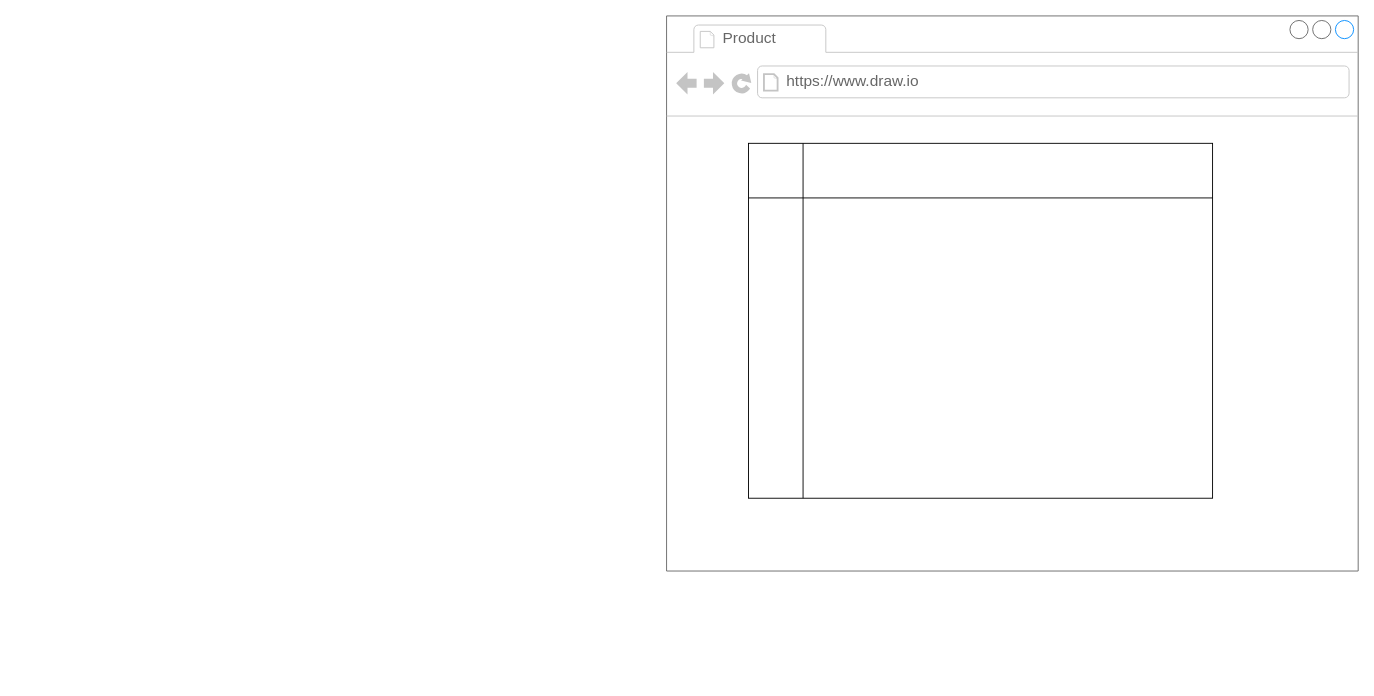
Above: page "Product" (3 of 6) of Untitled Diagram.drawio in obamaspy/Random-stuff (draw.io), before the change. Source tidied: cells renumbered, new cells numbered last; positions are measured from the earlier drawing's top-left corner, leaving out a move shared by most shapes. Both pictures are drawn from the tidied source at 91%, with x=0, y=0 at pixel (666, 15).
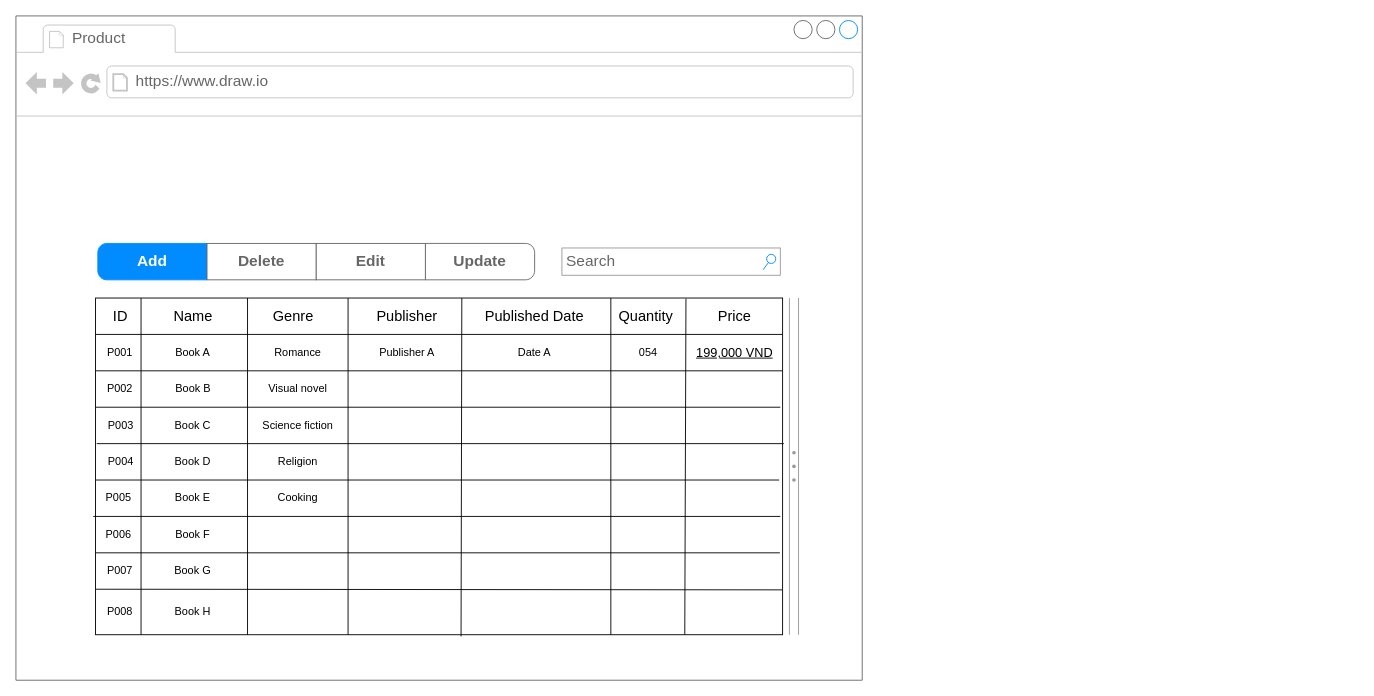
Above is the later version.

Change to the diagram source:
```diff
@@
-    <mxCell id="2" style="strokeWidth=1;shadow=0;dashed=0;align=center;html=1;shape=mxgraph.mockup.containers.browserWindow;rSize=0;strokeColor=#666666;strokeColor2=#008cff;strokeColor3=#c4c4c4;mainText=,;" parent="1" vertex="1">
-      <mxGeometry width="760" height="610" as="geometry" />
-    </mxCell>
+    <mxCell id="6" style="strokeWidth=1;shadow=0;dashed=0;align=center;html=1;shape=mxgraph.mockup.containers.browserWindow;rSize=0;strokeColor=#666666;strokeColor2=#008cff;strokeColor3=#c4c4c4;mainText=,;" parent="1" vertex="1">
+      <mxGeometry x="-715" width="930" height="730" as="geometry" />
+    </mxCell>
-    <mxCell id="3" value="Product" style="strokeWidth=1;shadow=0;dashed=0;align=center;html=1;shape=mxgraph.mockup.containers.anchor;fontSize=17;fontColor=#666666;align=left;whiteSpace=wrap;" parent="2" vertex="1">
+    <mxCell id="3" value="Product" style="strokeWidth=1;shadow=0;dashed=0;align=center;html=1;shape=mxgraph.mockup.containers.anchor;fontSize=17;fontColor=#666666;align=left;whiteSpace=wrap;" parent="6" vertex="1">
       <mxGeometry x="60" y="12" width="110" height="26" as="geometry" />
     </mxCell>
-    <mxCell id="4" value="https://www.draw.io" style="strokeWidth=1;shadow=0;dashed=0;align=center;html=1;shape=mxgraph.mockup.containers.anchor;rSize=0;fontSize=17;fontColor=#666666;align=left;" parent="2" vertex="1">
+    <mxCell id="4" value="https://www.draw.io" style="strokeWidth=1;shadow=0;dashed=0;align=center;html=1;shape=mxgraph.mockup.containers.anchor;rSize=0;fontSize=17;fontColor=#666666;align=left;" parent="6" vertex="1">
       <mxGeometry x="130" y="60" width="250" height="26" as="geometry" />
     </mxCell>
-    <mxCell id="5" style="shape=internalStorage;whiteSpace=wrap;html=1;backgroundOutline=1;dx=60;dy=60;" parent="2" vertex="1">
-      <mxGeometry x="90" y="140" width="510" height="390" as="geometry" />
-    </mxCell>
+    <mxCell id="7" style="shape=internalStorage;whiteSpace=wrap;html=1;backgroundOutline=1;dx=50;dy=40;" parent="6" vertex="1">
+      <mxGeometry x="87.5" y="310" width="755" height="370" as="geometry" />
+    </mxCell>
+    <mxCell id="8" style="endArrow=none;html=1;rounded=0;exitX=0.25;exitY=0;exitDx=0;exitDy=0;entryX=0.25;entryY=1;entryDx=0;entryDy=0;" parent="6" edge="1">
+      <mxGeometry relative="1" as="geometry">
+        <mxPoint x="254.5" y="310" as="sourcePoint" />
+        <mxPoint x="254.5" y="680" as="targetPoint" />
+      </mxGeometry>
+    </mxCell>
+    <mxCell id="9" value="&lt;font style=&quot;font-size: 16px;&quot;&gt;ID&lt;/font&gt;" style="text;html=1;align=center;verticalAlign=middle;whiteSpace=wrap;rounded=0;" parent="6" vertex="1">
+      <mxGeometry x="90" y="310" width="50" height="40" as="geometry" />
+    </mxCell>
+    <mxCell id="10" style="endArrow=none;html=1;rounded=0;exitX=0.5;exitY=0;exitDx=0;exitDy=0;entryX=0.5;entryY=1;entryDx=0;entryDy=0;" parent="6" edge="1">
+      <mxGeometry relative="1" as="geometry">
+        <mxPoint x="365" y="310" as="sourcePoint" />
+        <mxPoint x="365" y="680" as="targetPoint" />
+      </mxGeometry>
+    </mxCell>
+    <mxCell id="11" style="endArrow=none;html=1;rounded=0;exitX=1;exitY=0;exitDx=0;exitDy=0;entryX=0.532;entryY=1.005;entryDx=0;entryDy=0;entryPerimeter=0;" parent="6" edge="1" source="43" target="7">
+      <mxGeometry relative="1" as="geometry" />
+    </mxCell>
+    <mxCell id="12" style="swimlane;shape=mxgraph.bootstrap.anchor;strokeColor=#666666;fillColor=#ffffff;fontColor=#666666;fontStyle=0;horizontal=0;startSize=0;whiteSpace=wrap;html=1;" parent="6" vertex="1">
+      <mxGeometry x="90" y="250" width="480" height="40" as="geometry" />
+    </mxCell>
+    <mxCell id="13" value="Add" style="text;strokeColor=#008CFF;align=center;verticalAlign=middle;spacingLeft=10;spacingRight=10;overflow=hidden;whiteSpace=wrap;html=1;shape=mxgraph.mockup.leftButton;rSize=10;fillColor=#008CFF;fontColor=#ffffff;fontSize=17;fontStyle=1;" parent="12" vertex="1">
+      <mxGeometry width="120" height="40" as="geometry" />
+    </mxCell>
+    <mxCell id="14" value="Delete" style="text;strokeColor=inherit;align=center;verticalAlign=middle;spacingLeft=10;spacingRight=10;overflow=hidden;whiteSpace=wrap;html=1;rSize=5;fillColor=inherit;fontColor=inherit;fontSize=17;fontStyle=1;" parent="12" vertex="1">
+      <mxGeometry x="120" width="120" height="40" as="geometry" />
+    </mxCell>
+    <mxCell id="15" value="Edit" style="text;strokeColor=inherit;align=center;verticalAlign=middle;spacingLeft=10;spacingRight=10;overflow=hidden;whiteSpace=wrap;html=1;rSize=5;fillColor=inherit;fontColor=inherit;fontSize=17;fontStyle=1;" parent="12" vertex="1">
+      <mxGeometry x="240" width="120" height="40" as="geometry" />
+    </mxCell>
+    <mxCell id="16" value="Update" style="text;strokeColor=inherit;align=center;verticalAlign=middle;spacingLeft=10;spacingRight=10;overflow=hidden;whiteSpace=wrap;html=1;shape=mxgraph.mockup.rightButton;rSize=10;fillColor=inherit;fontColor=inherit;fontSize=17;fontStyle=1;" parent="12" vertex="1">
+      <mxGeometry x="360" width="120" height="40" as="geometry" />
+    </mxCell>
+    <mxCell id="17" style="endArrow=none;html=1;rounded=0;exitX=0;exitY=0.25;exitDx=0;exitDy=0;entryX=1;entryY=0.25;entryDx=0;entryDy=0;" parent="6" edge="1">
+      <mxGeometry relative="1" as="geometry">
+        <mxPoint x="87.5" y="390" as="sourcePoint" />
+        <mxPoint x="842.5" y="390" as="targetPoint" />
+      </mxGeometry>
+    </mxCell>
+    <mxCell id="18" style="endArrow=none;html=1;rounded=0;exitX=0.003;exitY=0.396;exitDx=0;exitDy=0;exitPerimeter=0;" parent="6" edge="1">
+      <mxGeometry relative="1" as="geometry">
+        <mxPoint x="87.5" y="430" as="sourcePoint" />
+        <mxPoint x="840" y="430" as="targetPoint" />
+      </mxGeometry>
+    </mxCell>
+    <mxCell id="19" style="endArrow=none;html=1;rounded=0;exitX=0;exitY=0.5;exitDx=0;exitDy=0;entryX=1;entryY=0.5;entryDx=0;entryDy=0;" parent="6" edge="1">
+      <mxGeometry relative="1" as="geometry">
+        <mxPoint x="88.8" y="470" as="sourcePoint" />
+        <mxPoint x="843.8" y="470" as="targetPoint" />
+      </mxGeometry>
+    </mxCell>
+    <mxCell id="20" style="endArrow=none;html=1;rounded=0;exitX=0.001;exitY=0.649;exitDx=0;exitDy=0;exitPerimeter=0;entryX=0.996;entryY=0.649;entryDx=0;entryDy=0;entryPerimeter=0;" parent="6" edge="1">
+      <mxGeometry relative="1" as="geometry">
+        <mxPoint x="87.5" y="510" as="sourcePoint" />
+        <mxPoint x="838.7" y="510" as="targetPoint" />
+      </mxGeometry>
+    </mxCell>
+    <mxCell id="21" style="endArrow=none;html=1;rounded=0;exitX=0;exitY=0.75;exitDx=0;exitDy=0;entryX=1;entryY=0.75;entryDx=0;entryDy=0;" parent="6" edge="1">
+      <mxGeometry relative="1" as="geometry">
+        <mxPoint x="85" y="550" as="sourcePoint" />
+        <mxPoint x="840" y="550" as="targetPoint" />
+      </mxGeometry>
+    </mxCell>
+    <mxCell id="22" style="endArrow=none;html=1;rounded=0;exitX=0.004;exitY=0.853;exitDx=0;exitDy=0;exitPerimeter=0;entryX=1;entryY=0.853;entryDx=0;entryDy=0;entryPerimeter=0;" parent="6" edge="1">
+      <mxGeometry relative="1" as="geometry">
+        <mxPoint x="87.5" y="590" as="sourcePoint" />
+        <mxPoint x="839.5" y="590" as="targetPoint" />
+      </mxGeometry>
+    </mxCell>
+    <mxCell id="23" value="Name" style="text;html=1;align=center;verticalAlign=middle;whiteSpace=wrap;rounded=0;fontSize=16;" parent="6" vertex="1">
+      <mxGeometry x="140" y="315" width="110" height="30" as="geometry" />
+    </mxCell>
+    <mxCell id="24" value="Search" style="strokeWidth=1;shadow=0;dashed=0;align=center;html=1;shape=mxgraph.mockup.forms.searchBox;strokeColor=#999999;mainText=;strokeColor2=#008cff;fontColor=#666666;fontSize=17;align=left;spacingLeft=3;whiteSpace=wrap;" parent="6" vertex="1">
+      <mxGeometry x="600" y="255" width="240" height="30" as="geometry" />
+    </mxCell>
+    <mxCell id="25" value="P001" style="text;html=1;align=center;verticalAlign=middle;whiteSpace=wrap;rounded=0;" parent="6" vertex="1">
+      <mxGeometry x="87.5" y="350" width="52.5" height="40" as="geometry" />
+    </mxCell>
+    <mxCell id="26" value="P002" style="text;html=1;align=center;verticalAlign=middle;whiteSpace=wrap;rounded=0;" parent="6" vertex="1">
+      <mxGeometry x="87.5" y="390" width="52.5" height="40" as="geometry" />
+    </mxCell>
+    <mxCell id="27" value="P003" style="text;html=1;align=center;verticalAlign=middle;whiteSpace=wrap;rounded=0;" parent="6" vertex="1">
+      <mxGeometry x="88.8" y="430" width="52.5" height="40" as="geometry" />
+    </mxCell>
+    <mxCell id="28" value="P004" style="text;html=1;align=center;verticalAlign=middle;whiteSpace=wrap;rounded=0;" parent="6" vertex="1">
+      <mxGeometry x="88.8" y="470" width="52.5" height="40" as="geometry" />
+    </mxCell>
+    <mxCell id="29" value="P005" style="text;html=1;align=center;verticalAlign=middle;whiteSpace=wrap;rounded=0;" parent="6" vertex="1">
+      <mxGeometry x="87.5" y="510" width="50" height="40" as="geometry" />
+    </mxCell>
+    <mxCell id="30" value="P006" style="text;html=1;align=center;verticalAlign=middle;whiteSpace=wrap;rounded=0;" parent="6" vertex="1">
+      <mxGeometry x="87.5" y="550" width="50" height="40" as="geometry" />
+    </mxCell>
+    <mxCell id="31" value="P007" style="text;html=1;align=center;verticalAlign=middle;whiteSpace=wrap;rounded=0;" parent="6" vertex="1">
+      <mxGeometry x="87.5" y="590" width="52.5" height="40" as="geometry" />
+    </mxCell>
+    <mxCell id="32" value="Book A" style="text;html=1;align=center;verticalAlign=middle;whiteSpace=wrap;rounded=0;" parent="6" vertex="1">
+      <mxGeometry x="137.5" y="350" width="112.5" height="40" as="geometry" />
+    </mxCell>
+    <mxCell id="33" value="Book B" style="text;html=1;align=center;verticalAlign=middle;whiteSpace=wrap;rounded=0;" parent="6" vertex="1">
+      <mxGeometry x="140" y="390" width="110" height="40" as="geometry" />
+    </mxCell>
+    <mxCell id="34" style="endArrow=none;html=1;rounded=0;exitX=0.003;exitY=0.897;exitDx=0;exitDy=0;exitPerimeter=0;entryX=1.002;entryY=0.899;entryDx=0;entryDy=0;entryPerimeter=0;" parent="6" edge="1">
+      <mxGeometry relative="1" as="geometry">
+        <mxPoint x="87.9" y="630" as="sourcePoint" />
+        <mxPoint x="842.1" y="630.7" as="targetPoint" />
+      </mxGeometry>
+    </mxCell>
+    <mxCell id="35" value="P008" style="text;html=1;align=center;verticalAlign=middle;whiteSpace=wrap;rounded=0;" parent="6" vertex="1">
+      <mxGeometry x="87.5" y="630" width="52.5" height="50" as="geometry" />
+    </mxCell>
+    <mxCell id="36" value="Book C" style="text;html=1;align=center;verticalAlign=middle;whiteSpace=wrap;rounded=0;" parent="6" vertex="1">
+      <mxGeometry x="137.5" y="430" width="112.5" height="40" as="geometry" />
+    </mxCell>
+    <mxCell id="37" value="Book D" style="text;html=1;align=center;verticalAlign=middle;whiteSpace=wrap;rounded=0;" parent="6" vertex="1">
+      <mxGeometry x="137.5" y="470" width="112.5" height="40" as="geometry" />
+    </mxCell>
+    <mxCell id="38" value="Book E" style="text;html=1;align=center;verticalAlign=middle;whiteSpace=wrap;rounded=0;" parent="6" vertex="1">
+      <mxGeometry x="137.5" y="510" width="112.5" height="40" as="geometry" />
+    </mxCell>
+    <mxCell id="39" value="Book F" style="text;html=1;align=center;verticalAlign=middle;whiteSpace=wrap;rounded=0;" parent="6" vertex="1">
+      <mxGeometry x="137.5" y="550" width="112.5" height="40" as="geometry" />
+    </mxCell>
+    <mxCell id="40" value="Book G" style="text;html=1;align=center;verticalAlign=middle;whiteSpace=wrap;rounded=0;" parent="6" vertex="1">
+      <mxGeometry x="137.5" y="590" width="112.5" height="40" as="geometry" />
+    </mxCell>
+    <mxCell id="41" value="Book H" style="text;html=1;align=center;verticalAlign=middle;whiteSpace=wrap;rounded=0;" parent="6" vertex="1">
+      <mxGeometry x="137.5" y="630" width="112.5" height="50" as="geometry" />
+    </mxCell>
+    <mxCell id="42" value="&lt;font style=&quot;font-size: 16px;&quot;&gt;Genre&lt;/font&gt;" style="text;html=1;align=center;verticalAlign=middle;whiteSpace=wrap;rounded=0;" parent="6" vertex="1">
+      <mxGeometry x="250" y="310" width="110" height="40" as="geometry" />
+    </mxCell>
+    <mxCell id="43" value="&lt;font style=&quot;font-size: 16px;&quot;&gt;Publisher&lt;/font&gt;" style="text;html=1;align=center;verticalAlign=middle;whiteSpace=wrap;rounded=0;" parent="6" vertex="1">
+      <mxGeometry x="370" y="310" width="120" height="40" as="geometry" />
+    </mxCell>
+    <mxCell id="44" value="&lt;font style=&quot;font-size: 16px;&quot;&gt;Quantity&lt;/font&gt;" style="text;html=1;align=center;verticalAlign=middle;whiteSpace=wrap;rounded=0;" parent="6" vertex="1">
+      <mxGeometry x="650" y="310" width="85" height="40" as="geometry" />
+    </mxCell>
+    <mxCell id="45" style="endArrow=none;html=1;rounded=0;entryX=1;entryY=0;entryDx=0;entryDy=0;exitX=0.836;exitY=0.998;exitDx=0;exitDy=0;exitPerimeter=0;" parent="6" edge="1">
+      <mxGeometry relative="1" as="geometry">
+        <mxPoint x="735" y="680" as="sourcePoint" />
+        <mxPoint x="736.3" y="310.7" as="targetPoint" />
+      </mxGeometry>
+    </mxCell>
+    <mxCell id="46" value="&lt;span style=&quot;font-size: 16px;&quot;&gt;Price&lt;/span&gt;" style="text;html=1;align=center;verticalAlign=middle;whiteSpace=wrap;rounded=0;" parent="6" vertex="1">
+      <mxGeometry x="740" y="310" width="100" height="40" as="geometry" />
+    </mxCell>
+    <mxCell id="47" style="verticalLabelPosition=bottom;shadow=0;dashed=0;align=center;html=1;verticalAlign=top;strokeWidth=1;shape=mxgraph.mockup.forms.splitter;strokeColor=#999999;direction=north;" parent="6" vertex="1">
+      <mxGeometry x="850" y="310" width="10" height="370" as="geometry" />
+    </mxCell>
+    <mxCell id="48" value="Romance" style="text;html=1;align=center;verticalAlign=middle;whiteSpace=wrap;rounded=0;" parent="6" vertex="1">
+      <mxGeometry x="260" y="350" width="100" height="40" as="geometry" />
+    </mxCell>
+    <mxCell id="49" value="Visual novel" style="text;html=1;align=center;verticalAlign=middle;whiteSpace=wrap;rounded=0;" parent="6" vertex="1">
+      <mxGeometry x="260" y="390" width="100" height="40" as="geometry" />
+    </mxCell>
+    <mxCell id="50" value="Science fiction" style="text;html=1;align=center;verticalAlign=middle;whiteSpace=wrap;rounded=0;" parent="6" vertex="1">
+      <mxGeometry x="260" y="430" width="100" height="40" as="geometry" />
+    </mxCell>
+    <mxCell id="51" value="Religion" style="text;html=1;align=center;verticalAlign=middle;whiteSpace=wrap;rounded=0;" parent="6" vertex="1">
+      <mxGeometry x="260" y="470" width="100" height="40" as="geometry" />
+    </mxCell>
+    <mxCell id="52" value="Cooking" style="text;html=1;align=center;verticalAlign=middle;whiteSpace=wrap;rounded=0;" parent="6" vertex="1">
+      <mxGeometry x="260" y="510" width="100" height="40" as="geometry" />
+    </mxCell>
+    <mxCell id="53" value="&lt;u&gt;&lt;font style=&quot;font-size: 14px;&quot;&gt;199,000 VND&lt;/font&gt;&lt;/u&gt;" style="text;html=1;align=center;verticalAlign=middle;whiteSpace=wrap;rounded=0;" parent="6" vertex="1">
+      <mxGeometry x="740" y="350" width="100" height="40" as="geometry" />
+    </mxCell>
+    <mxCell id="54" value="054" style="text;html=1;align=center;verticalAlign=middle;whiteSpace=wrap;rounded=0;" parent="6" vertex="1">
+      <mxGeometry x="650" y="350" width="90" height="40" as="geometry" />
+    </mxCell>
+    <mxCell id="55" value="Publisher A" style="text;html=1;align=center;verticalAlign=middle;whiteSpace=wrap;rounded=0;" parent="6" vertex="1">
+      <mxGeometry x="370" y="350" width="120" height="40" as="geometry" />
+    </mxCell>
+    <mxCell id="56" style="endArrow=none;html=1;rounded=0;entryX=0.75;entryY=0;entryDx=0;entryDy=0;exitX=0.75;exitY=1;exitDx=0;exitDy=0;" parent="6" edge="1" source="7" target="7">
+      <mxGeometry relative="1" as="geometry" />
+    </mxCell>
+    <mxCell id="57" value="&lt;font style=&quot;font-size: 16px;&quot;&gt;Published Date&lt;/font&gt;" style="text;html=1;align=center;verticalAlign=middle;whiteSpace=wrap;rounded=0;" parent="6" vertex="1">
+      <mxGeometry x="490" y="310" width="160" height="40" as="geometry" />
+    </mxCell>
+    <mxCell id="58" value="Date A" style="text;html=1;align=center;verticalAlign=middle;whiteSpace=wrap;rounded=0;" parent="6" vertex="1">
+      <mxGeometry x="490" y="350" width="160" height="40" as="geometry" />
+    </mxCell>
```
